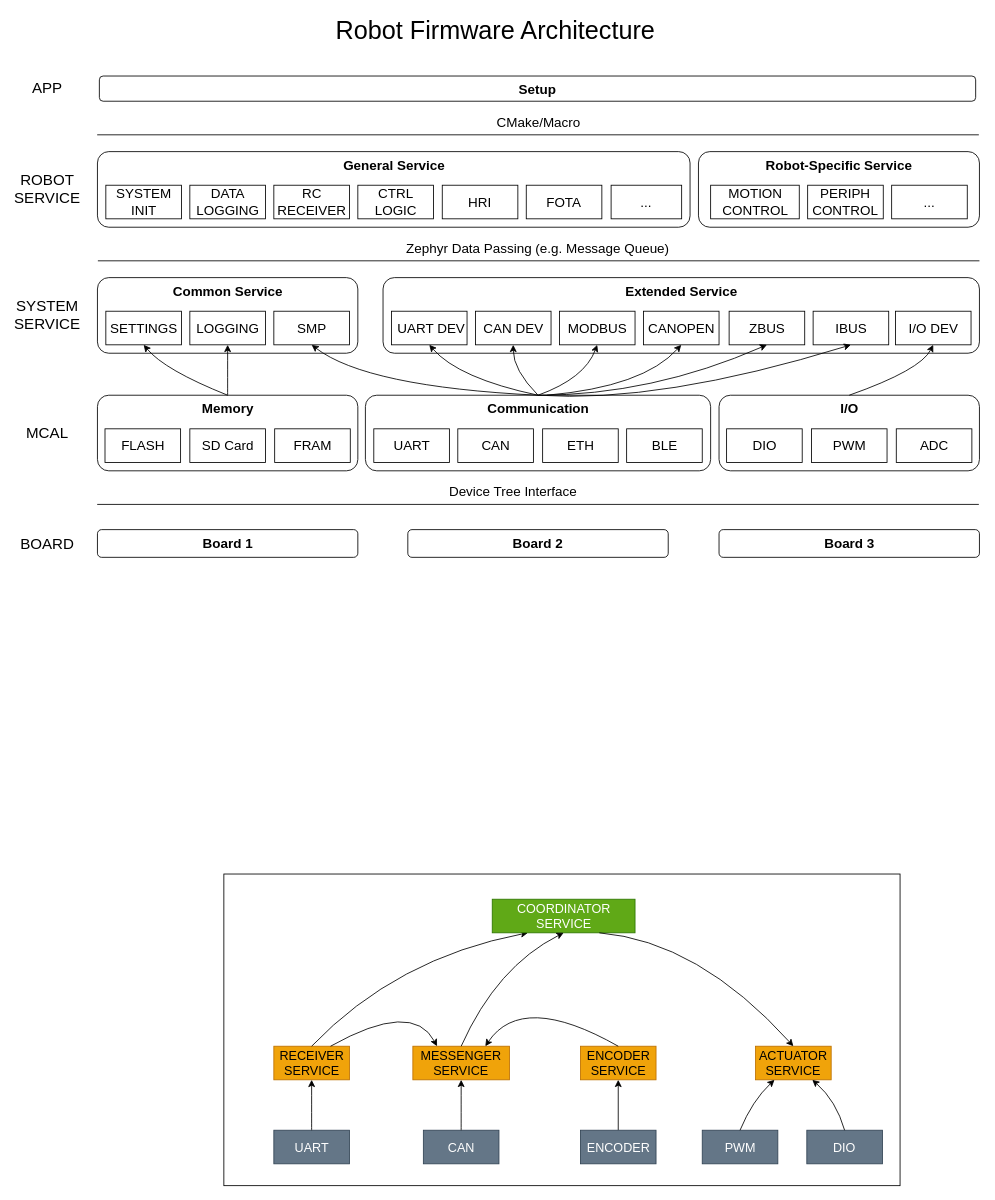
This is docs/robot/wt200/firmware/tbot_firmware.drawio from rxdu/robofw, a draw.io file, before an edit. Source tidied: cells renumbered, new cells numbered last; positions are measured from the earlier drawing's top-left corner, leaving out a move shared by most shapes. Both pictures are drawn from the tidied source at 84%, with x=0, y=0 at pixel (22, 17).
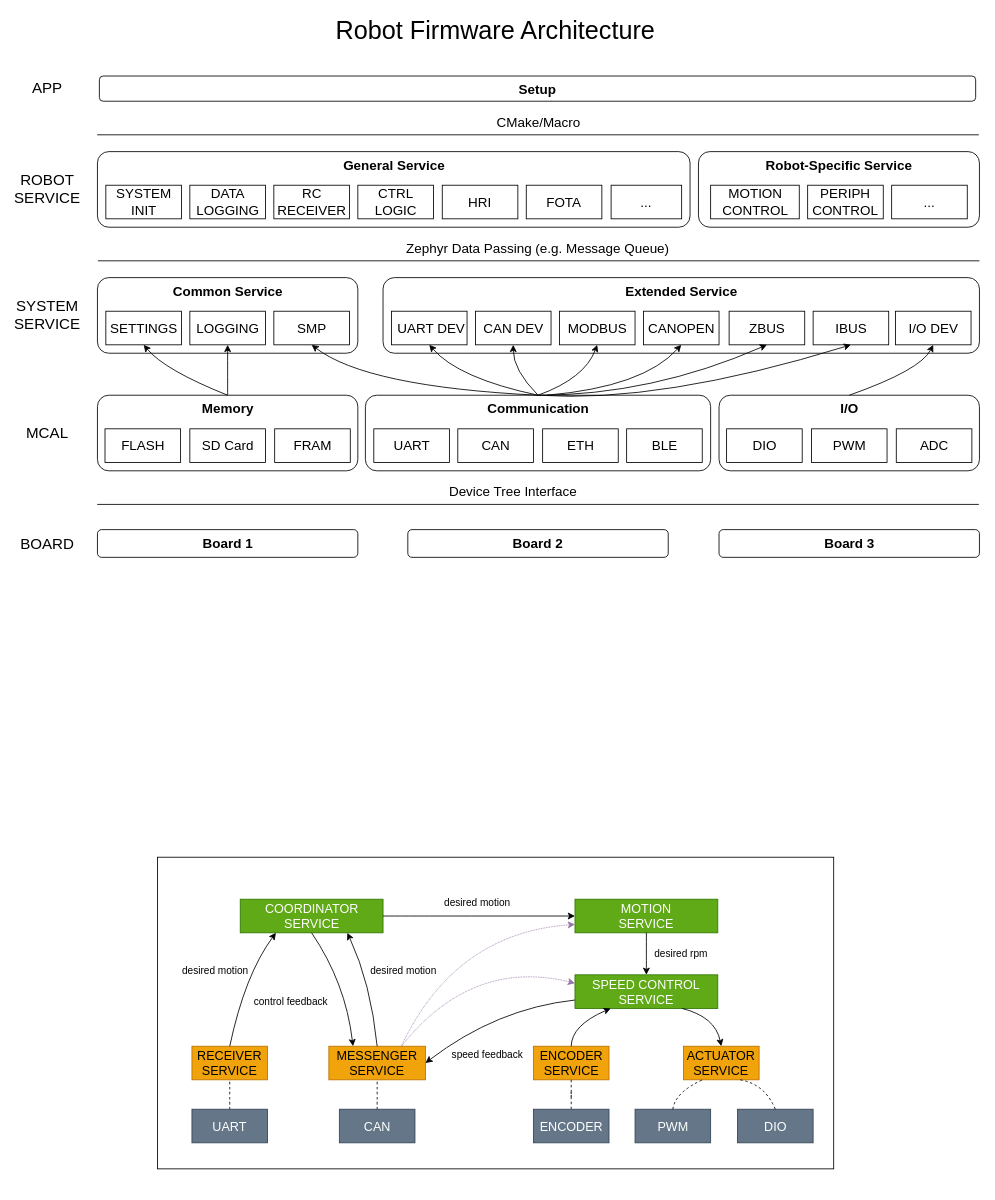
The same diagram, later.

The edit, as a diff of the source:
```diff
@@
     <mxCell id="2" style="rounded=0;whiteSpace=wrap;html=1;fontSize=15;" parent="1" vertex="1">
-      <mxGeometry x="240" y="1020" width="805" height="371" as="geometry" />
+      <mxGeometry x="161" y="1000" width="805" height="371" as="geometry" />
     </mxCell>
@@
     <mxCell id="69" value="RECEIVER&lt;br style=&quot;font-size: 15px;&quot;&gt;SERVICE" style="rounded=0;whiteSpace=wrap;html=1;fontFamily=Helvetica;fontSize=15;fontColor=#000000;align=center;fillColor=#f0a30a;strokeColor=#BD7000;" parent="1" vertex="1">
-      <mxGeometry x="299.5" y="1225" width="90" height="40" as="geometry" />
+      <mxGeometry x="202" y="1225" width="90" height="40" as="geometry" />
     </mxCell>
     <mxCell id="70" value="DIO" style="rounded=0;whiteSpace=wrap;html=1;fontFamily=Helvetica;fontSize=15;fontColor=#ffffff;align=center;fillColor=#647687;strokeColor=#314354;" parent="1" vertex="1">
-      <mxGeometry x="934" y="1325" width="90" height="40" as="geometry" />
+      <mxGeometry x="851.5" y="1300" width="90" height="40" as="geometry" />
     </mxCell>
     <mxCell id="71" value="PWM" style="rounded=0;whiteSpace=wrap;html=1;fontFamily=Helvetica;fontSize=15;fontColor=#ffffff;align=center;fillColor=#647687;strokeColor=#314354;" parent="1" vertex="1">
-      <mxGeometry x="809.5" y="1325" width="90" height="40" as="geometry" />
+      <mxGeometry x="729.5" y="1300" width="90" height="40" as="geometry" />
     </mxCell>
     <mxCell id="72" value="CAN" style="rounded=0;whiteSpace=wrap;html=1;fontFamily=Helvetica;fontSize=15;fontColor=#ffffff;align=center;fillColor=#647687;strokeColor=#314354;" parent="1" vertex="1">
-      <mxGeometry x="477.5" y="1325" width="90" height="40" as="geometry" />
+      <mxGeometry x="377.5" y="1300" width="90" height="40" as="geometry" />
     </mxCell>
     <mxCell id="73" value="UART" style="rounded=0;whiteSpace=wrap;html=1;fontFamily=Helvetica;fontSize=15;fontColor=#ffffff;align=center;fillColor=#647687;strokeColor=#314354;" parent="1" vertex="1">
-      <mxGeometry x="299.5" y="1325" width="90" height="40" as="geometry" />
+      <mxGeometry x="202" y="1300" width="90" height="40" as="geometry" />
     </mxCell>
     <mxCell id="74" value="ACTUATOR&lt;br style=&quot;font-size: 15px&quot;&gt;SERVICE" style="rounded=0;whiteSpace=wrap;html=1;fontFamily=Helvetica;fontSize=15;fontColor=#000000;align=center;fillColor=#f0a30a;strokeColor=#BD7000;" parent="1" vertex="1">
-      <mxGeometry x="873" y="1225" width="90" height="40" as="geometry" />
+      <mxGeometry x="787.2" y="1225" width="90" height="40" as="geometry" />
     </mxCell>
-    <mxCell id="75" style="curved=1;endArrow=classic;html=1;rounded=0;fontSize=16;exitX=0.5;exitY=0;exitDx=0;exitDy=0;entryX=0.25;entryY=1;entryDx=0;entryDy=0;" parent="1" edge="1" source="71" target="74">
+    <mxCell id="75" style="curved=1;endArrow=none;html=1;rounded=0;fontSize=16;exitX=0.5;exitY=0;exitDx=0;exitDy=0;entryX=0.25;entryY=1;entryDx=0;entryDy=0;endFill=0;dashed=1;" parent="1" edge="1" source="71" target="74">
       <mxGeometry relative="1" as="geometry">
         <Array as="points">
-          <mxPoint x="869" y="1290" />
+          <mxPoint x="777.2" y="1280" />
         </Array>
       </mxGeometry>
     </mxCell>
-    <mxCell id="76" style="curved=1;endArrow=classic;html=1;rounded=0;fontSize=16;exitX=0.5;exitY=0;exitDx=0;exitDy=0;entryX=0.75;entryY=1;entryDx=0;entryDy=0;" parent="1" edge="1" source="70" target="74">
+    <mxCell id="76" style="curved=1;endArrow=none;html=1;rounded=0;fontSize=16;exitX=0.5;exitY=0;exitDx=0;exitDy=0;entryX=0.75;entryY=1;entryDx=0;entryDy=0;endFill=0;dashed=1;" parent="1" edge="1" source="70" target="74">
       <mxGeometry relative="1" as="geometry">
         <Array as="points">
-          <mxPoint x="969" y="1290" />
+          <mxPoint x="884" y="1270" />
         </Array>
       </mxGeometry>
     </mxCell>
-    <mxCell id="77" style="curved=1;endArrow=classic;html=1;rounded=0;fontSize=16;exitX=0.5;exitY=0;exitDx=0;exitDy=0;entryX=0.5;entryY=1;entryDx=0;entryDy=0;" parent="1" edge="1" source="73" target="69">
+    <mxCell id="77" style="curved=1;endArrow=none;html=1;rounded=0;fontSize=16;exitX=0.5;exitY=0;exitDx=0;exitDy=0;entryX=0.5;entryY=1;entryDx=0;entryDy=0;dashed=1;endFill=0;" parent="1" edge="1" source="73" target="69">
       <mxGeometry relative="1" as="geometry" />
     </mxCell>
     <mxCell id="78" value="MESSENGER&lt;br&gt;SERVICE" style="rounded=0;whiteSpace=wrap;html=1;fontFamily=Helvetica;fontSize=15;fontColor=#000000;align=center;fillColor=#f0a30a;strokeColor=#BD7000;" parent="1" vertex="1">
-      <mxGeometry x="465" y="1225" width="115" height="40" as="geometry" />
+      <mxGeometry x="365" y="1225" width="115" height="40" as="geometry" />
     </mxCell>
-    <mxCell id="79" style="curved=1;endArrow=classic;html=1;rounded=0;fontSize=16;exitX=0.5;exitY=0;exitDx=0;exitDy=0;entryX=0.5;entryY=1;entryDx=0;entryDy=0;" parent="1" edge="1" source="72" target="78">
+    <mxCell id="79" style="curved=1;endArrow=none;html=1;rounded=0;fontSize=16;exitX=0.5;exitY=0;exitDx=0;exitDy=0;entryX=0.5;entryY=1;entryDx=0;entryDy=0;endFill=0;dashed=1;" parent="1" edge="1" source="72" target="78">
       <mxGeometry relative="1" as="geometry" />
     </mxCell>
     <mxCell id="80" style="curved=1;endArrow=classic;html=1;rounded=0;fontSize=16;exitX=0.5;exitY=0;exitDx=0;exitDy=0;entryX=0.25;entryY=1;entryDx=0;entryDy=0;" parent="1" edge="1" source="69" target="81">
       <mxGeometry relative="1" as="geometry">
         <Array as="points">
-          <mxPoint x="445" y="1120" />
+          <mxPoint x="265" y="1140" />
         </Array>
       </mxGeometry>
     </mxCell>
     <mxCell id="81" value="COORDINATOR&lt;br&gt;SERVICE" style="rounded=0;whiteSpace=wrap;html=1;fontFamily=Helvetica;fontSize=15;fontColor=#ffffff;align=center;fillColor=#60a917;strokeColor=#2D7600;" parent="1" vertex="1">
-      <mxGeometry x="559.5" y="1050" width="170" height="40" as="geometry" />
+      <mxGeometry x="259.5" y="1050" width="170" height="40" as="geometry" />
     </mxCell>
-    <mxCell id="82" style="curved=1;endArrow=classic;html=1;rounded=0;fontSize=16;exitX=0.5;exitY=0;exitDx=0;exitDy=0;entryX=0.5;entryY=1;entryDx=0;entryDy=0;" parent="1" edge="1" source="78" target="81">
+    <mxCell id="82" style="curved=1;endArrow=classic;html=1;rounded=0;fontSize=16;exitX=0.5;exitY=0;exitDx=0;exitDy=0;entryX=0.75;entryY=1;entryDx=0;entryDy=0;" parent="1" edge="1" source="78" target="81">
       <mxGeometry relative="1" as="geometry">
         <Array as="points">
-          <mxPoint x="565" y="1130" />
+          <mxPoint x="415" y="1150" />
         </Array>
       </mxGeometry>
     </mxCell>
-    <mxCell id="83" style="curved=1;endArrow=none;html=1;rounded=0;fontSize=16;exitX=0.5;exitY=0;exitDx=0;exitDy=0;entryX=0.75;entryY=1;entryDx=0;entryDy=0;startArrow=classic;startFill=1;endFill=0;" parent="1" edge="1" source="74" target="81">
-      <mxGeometry relative="1" as="geometry">
-        <Array as="points">
-          <mxPoint x="805" y="1100" />
-        </Array>
-      </mxGeometry>
-    </mxCell>
+    <mxCell id="88" style="curved=1;endArrow=classic;html=1;rounded=0;fontSize=16;exitX=0.5;exitY=1;exitDx=0;exitDy=0;entryX=0.25;entryY=0;entryDx=0;entryDy=0;" parent="1" edge="1" source="81" target="78">
+      <mxGeometry relative="1" as="geometry">
+        <Array as="points">
+          <mxPoint x="385" y="1150" />
+        </Array>
+      </mxGeometry>
+    </mxCell>
+    <mxCell id="89" value="MOTION&lt;br&gt;SERVICE" style="rounded=0;whiteSpace=wrap;html=1;fontFamily=Helvetica;fontSize=15;fontColor=#ffffff;align=center;fillColor=#60a917;strokeColor=#2D7600;" parent="1" vertex="1">
+      <mxGeometry x="658" y="1050" width="170" height="40" as="geometry" />
+    </mxCell>
+    <mxCell id="90" value="SPEED CONTROL&lt;br&gt;SERVICE" style="rounded=0;whiteSpace=wrap;html=1;fontFamily=Helvetica;fontSize=15;fontColor=#ffffff;align=center;fillColor=#60a917;strokeColor=#2D7600;" parent="1" vertex="1">
+      <mxGeometry x="658" y="1140" width="170" height="40" as="geometry" />
+    </mxCell>
+    <mxCell id="91" style="curved=1;endArrow=none;html=1;rounded=0;fontSize=16;exitX=0.5;exitY=0;exitDx=0;exitDy=0;entryX=0.5;entryY=1;entryDx=0;entryDy=0;startArrow=classic;startFill=1;endFill=0;" parent="1" edge="1" source="90" target="89">
+      <mxGeometry relative="1" as="geometry" />
+    </mxCell>
+    <mxCell id="92" style="curved=1;endArrow=classic;html=1;rounded=0;fontSize=16;exitX=1;exitY=0.5;exitDx=0;exitDy=0;entryX=0;entryY=0.5;entryDx=0;entryDy=0;" parent="1" edge="1" source="81" target="89">
+      <mxGeometry relative="1" as="geometry" />
+    </mxCell>
     <mxCell id="84" value="ENCODER&lt;br&gt;SERVICE" style="rounded=0;whiteSpace=wrap;html=1;fontFamily=Helvetica;fontSize=15;fontColor=#000000;align=center;fillColor=#f0a30a;strokeColor=#BD7000;" parent="1" vertex="1">
-      <mxGeometry x="664.5" y="1225" width="90" height="40" as="geometry" />
+      <mxGeometry x="608.5" y="1225" width="90" height="40" as="geometry" />
     </mxCell>
-    <mxCell id="85" style="edgeStyle=orthogonalEdgeStyle;rounded=0;jettySize=auto;html=1;entryX=0.5;entryY=1;entryDx=0;entryDy=0;" parent="1" edge="1" source="86" target="84">
+    <mxCell id="85" style="edgeStyle=orthogonalEdgeStyle;rounded=0;jettySize=auto;html=1;entryX=0.5;entryY=1;entryDx=0;entryDy=0;dashed=1;endArrow=none;endFill=0;" parent="1" edge="1" source="86" target="84">
       <mxGeometry relative="1" as="geometry" />
     </mxCell>
     <mxCell id="86" value="ENCODER" style="rounded=0;whiteSpace=wrap;html=1;fontFamily=Helvetica;fontSize=15;fontColor=#ffffff;align=center;fillColor=#647687;strokeColor=#314354;" parent="1" vertex="1">
-      <mxGeometry x="664.5" y="1325" width="90" height="40" as="geometry" />
+      <mxGeometry x="608.5" y="1300" width="90" height="40" as="geometry" />
     </mxCell>
-    <mxCell id="87" style="curved=1;endArrow=classic;html=1;rounded=0;fontSize=16;exitX=0.5;exitY=0;exitDx=0;exitDy=0;entryX=0.75;entryY=0;entryDx=0;entryDy=0;" parent="1" edge="1" source="84" target="78">
-      <mxGeometry relative="1" as="geometry">
-        <Array as="points">
-          <mxPoint x="595" y="1160" />
-        </Array>
-      </mxGeometry>
-    </mxCell>
-    <mxCell id="88" style="curved=1;endArrow=classic;html=1;rounded=0;fontSize=16;exitX=0.75;exitY=0;exitDx=0;exitDy=0;entryX=0.25;entryY=0;entryDx=0;entryDy=0;" parent="1" edge="1" source="69" target="78">
-      <mxGeometry relative="1" as="geometry">
-        <Array as="points">
-          <mxPoint x="465" y="1170" />
-        </Array>
-      </mxGeometry>
-    </mxCell>
+    <mxCell id="93" style="curved=1;endArrow=classic;html=1;rounded=0;fontSize=16;exitX=0.75;exitY=1;exitDx=0;exitDy=0;entryX=0.5;entryY=0;entryDx=0;entryDy=0;" parent="1" edge="1" source="90" target="74">
+      <mxGeometry relative="1" as="geometry">
+        <Array as="points">
+          <mxPoint x="825" y="1190" />
+        </Array>
+      </mxGeometry>
+    </mxCell>
+    <mxCell id="94" style="curved=1;endArrow=classic;html=1;rounded=0;fontSize=16;exitX=0.5;exitY=0;exitDx=0;exitDy=0;entryX=0.25;entryY=1;entryDx=0;entryDy=0;" parent="1" edge="1" source="84" target="90">
+      <mxGeometry relative="1" as="geometry">
+        <Array as="points">
+          <mxPoint x="654" y="1200" />
+        </Array>
+      </mxGeometry>
+    </mxCell>
+    <mxCell id="95" value="desired motion" style="text;html=1;strokeColor=none;fillColor=none;align=center;verticalAlign=middle;whiteSpace=wrap;rounded=0;" parent="1" vertex="1">
+      <mxGeometry x="487" y="1040" width="110" height="30" as="geometry" />
+    </mxCell>
+    <mxCell id="96" value="desired rpm" style="text;html=1;strokeColor=none;fillColor=none;align=center;verticalAlign=middle;whiteSpace=wrap;rounded=0;" parent="1" vertex="1">
+      <mxGeometry x="732" y="1100" width="105" height="30" as="geometry" />
+    </mxCell>
+    <mxCell id="97" value="desired motion" style="text;html=1;strokeColor=none;fillColor=none;align=center;verticalAlign=middle;whiteSpace=wrap;rounded=0;" parent="1" vertex="1">
+      <mxGeometry x="398.5" y="1121" width="110" height="30" as="geometry" />
+    </mxCell>
+    <mxCell id="98" value="desired motion" style="text;html=1;strokeColor=none;fillColor=none;align=center;verticalAlign=middle;whiteSpace=wrap;rounded=0;" parent="1" vertex="1">
+      <mxGeometry x="175" y="1121" width="110" height="30" as="geometry" />
+    </mxCell>
+    <mxCell id="99" style="curved=1;endArrow=classic;html=1;rounded=0;fontSize=16;exitX=0;exitY=0.75;exitDx=0;exitDy=0;entryX=1;entryY=0.5;entryDx=0;entryDy=0;" parent="1" edge="1" source="90" target="78">
+      <mxGeometry relative="1" as="geometry">
+        <Array as="points">
+          <mxPoint x="565" y="1180" />
+        </Array>
+      </mxGeometry>
+    </mxCell>
+    <mxCell id="100" value="speed feedback" style="text;html=1;strokeColor=none;fillColor=none;align=center;verticalAlign=middle;whiteSpace=wrap;rounded=0;" parent="1" vertex="1">
+      <mxGeometry x="498.5" y="1220" width="110" height="30" as="geometry" />
+    </mxCell>
+    <mxCell id="101" value="control feedback" style="text;html=1;strokeColor=none;fillColor=none;align=center;verticalAlign=middle;whiteSpace=wrap;rounded=0;" parent="1" vertex="1">
+      <mxGeometry x="265" y="1157" width="110" height="30" as="geometry" />
+    </mxCell>
+    <mxCell id="102" style="curved=1;endArrow=classic;html=1;rounded=0;fontSize=16;exitX=0.75;exitY=0;exitDx=0;exitDy=0;entryX=0;entryY=0.75;entryDx=0;entryDy=0;fillColor=#e1d5e7;strokeColor=#9673a6;strokeWidth=1;dashed=1;dashPattern=1 1;" parent="1" edge="1" source="78" target="89">
+      <mxGeometry relative="1" as="geometry">
+        <Array as="points">
+          <mxPoint x="515" y="1090" />
+        </Array>
+      </mxGeometry>
+    </mxCell>
+    <mxCell id="103" style="curved=1;endArrow=classic;html=1;rounded=0;fontSize=16;exitX=0.75;exitY=0;exitDx=0;exitDy=0;entryX=0;entryY=0.25;entryDx=0;entryDy=0;fillColor=#e1d5e7;strokeColor=#9673a6;strokeWidth=1;dashed=1;dashPattern=1 1;" parent="1" edge="1" source="78" target="90">
+      <mxGeometry relative="1" as="geometry">
+        <Array as="points">
+          <mxPoint x="535" y="1120" />
+        </Array>
+      </mxGeometry>
+    </mxCell>
```
